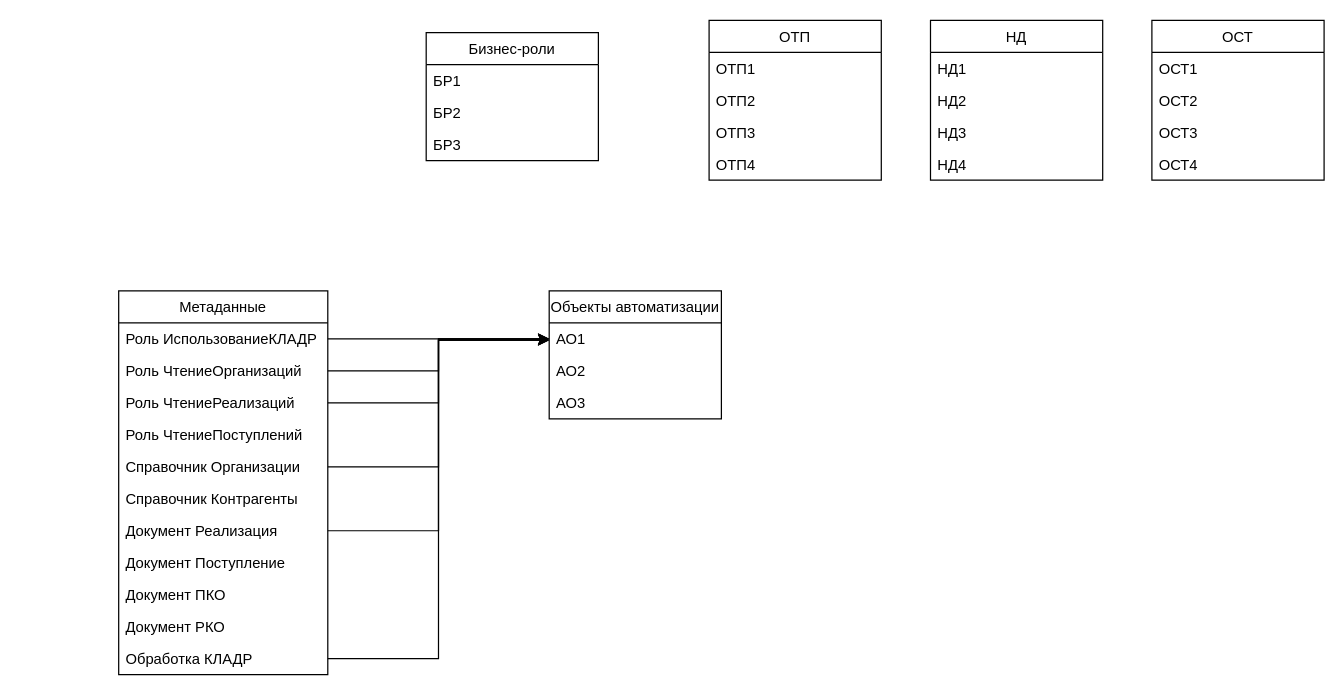
This is page "Page-2" (2 of 2) of Untitled Diagram.drawio from Divanmgn/test1, a draw.io file, before an edit. Source tidied: cells renumbered, new cells numbered last; positions are measured from the earlier drawing's top-left corner, leaving out a move shared by most shapes. Both pictures are drawn from the tidied source at 123%, with x=0, y=0 at pixel (118, 20).
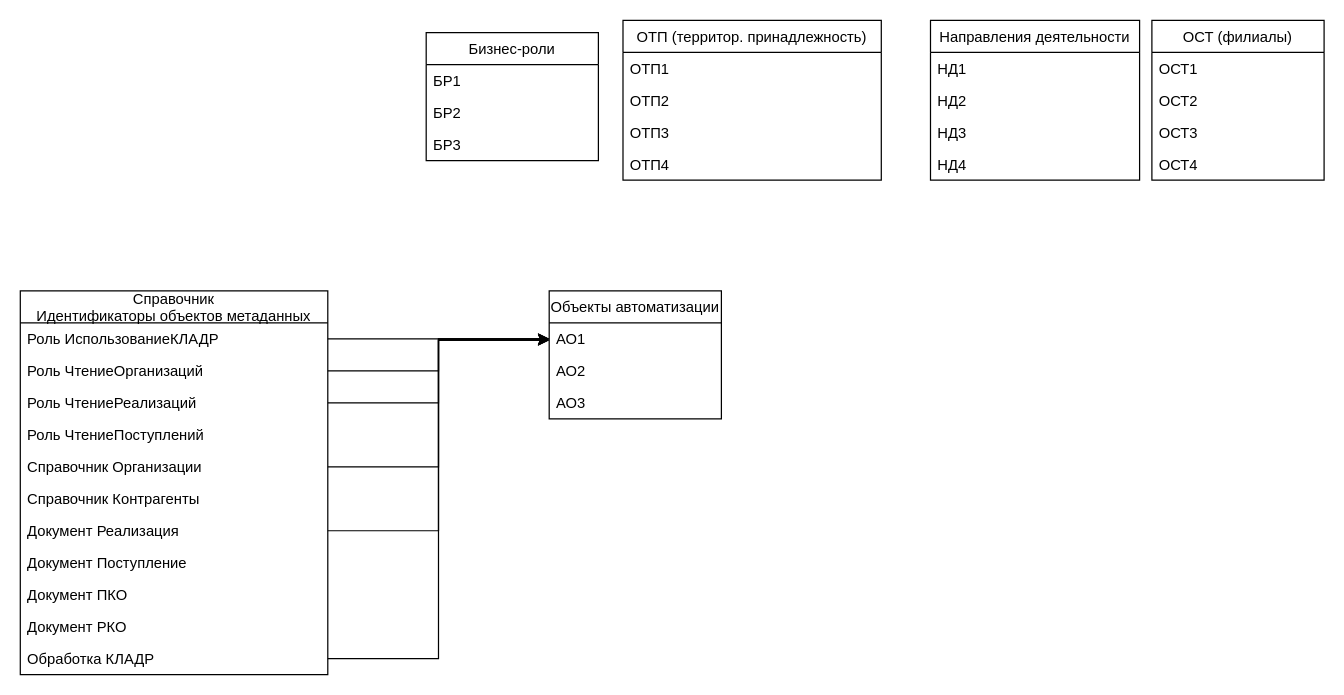
The same page after the edit.

Change to the diagram source:
```diff
@@
-    <mxCell id="10" value="ОТП" style="swimlane;fontStyle=0;horizontal=1;startSize=26;fillColor=none;" parent="1" vertex="1">
-      <mxGeometry x="480" width="140" height="130" as="geometry" />
+    <mxCell id="10" value="ОТП (территор. принадлежность)" style="swimlane;fontStyle=0;horizontal=1;startSize=26;fillColor=none;" parent="1" vertex="1">
+      <mxGeometry x="410" width="210" height="130" as="geometry" />
     </mxCell>
     <mxCell id="11" value="ОТП1" style="text;strokeColor=none;fillColor=none;align=left;verticalAlign=top;spacingLeft=4;spacingRight=4;overflow=hidden;" parent="10" vertex="1">
-      <mxGeometry y="26" width="140" height="26" as="geometry" />
+      <mxGeometry y="26" width="210" height="26" as="geometry" />
     </mxCell>
     <mxCell id="12" value="ОТП2" style="text;strokeColor=none;fillColor=none;align=left;verticalAlign=top;spacingLeft=4;spacingRight=4;overflow=hidden;" parent="10" vertex="1">
-      <mxGeometry y="52" width="140" height="26" as="geometry" />
+      <mxGeometry y="52" width="210" height="26" as="geometry" />
     </mxCell>
     <mxCell id="13" value="ОТП3" style="text;strokeColor=none;fillColor=none;align=left;verticalAlign=top;spacingLeft=4;spacingRight=4;overflow=hidden;" parent="10" vertex="1">
-      <mxGeometry y="78" width="140" height="26" as="geometry" />
+      <mxGeometry y="78" width="210" height="26" as="geometry" />
     </mxCell>
     <mxCell id="14" value="ОТП4" style="text;strokeColor=none;fillColor=none;align=left;verticalAlign=top;spacingLeft=4;spacingRight=4;overflow=hidden;" parent="10" vertex="1">
-      <mxGeometry y="104" width="140" height="26" as="geometry" />
+      <mxGeometry y="104" width="210" height="26" as="geometry" />
     </mxCell>
-    <mxCell id="15" value="НД" style="swimlane;fontStyle=0;horizontal=1;startSize=26;fillColor=none;" parent="1" vertex="1">
-      <mxGeometry x="660" width="140" height="130" as="geometry" />
+    <mxCell id="15" value="Направления деятельности" style="swimlane;fontStyle=0;horizontal=1;startSize=26;fillColor=none;" parent="1" vertex="1">
+      <mxGeometry x="660" width="170" height="130" as="geometry" />
     </mxCell>
     <mxCell id="16" value="НД1" style="text;strokeColor=none;fillColor=none;align=left;verticalAlign=top;spacingLeft=4;spacingRight=4;overflow=hidden;" parent="15" vertex="1">
-      <mxGeometry y="26" width="140" height="26" as="geometry" />
+      <mxGeometry y="26" width="170" height="26" as="geometry" />
     </mxCell>
     <mxCell id="17" value="НД2" style="text;strokeColor=none;fillColor=none;align=left;verticalAlign=top;spacingLeft=4;spacingRight=4;overflow=hidden;" parent="15" vertex="1">
-      <mxGeometry y="52" width="140" height="26" as="geometry" />
+      <mxGeometry y="52" width="170" height="26" as="geometry" />
     </mxCell>
     <mxCell id="18" value="НД3" style="text;strokeColor=none;fillColor=none;align=left;verticalAlign=top;spacingLeft=4;spacingRight=4;overflow=hidden;" parent="15" vertex="1">
-      <mxGeometry y="78" width="140" height="26" as="geometry" />
+      <mxGeometry y="78" width="170" height="26" as="geometry" />
     </mxCell>
     <mxCell id="19" value="НД4" style="text;strokeColor=none;fillColor=none;align=left;verticalAlign=top;spacingLeft=4;spacingRight=4;overflow=hidden;" parent="15" vertex="1">
-      <mxGeometry y="104" width="140" height="26" as="geometry" />
+      <mxGeometry y="104" width="170" height="26" as="geometry" />
     </mxCell>
-    <mxCell id="20" value="ОСТ" style="swimlane;fontStyle=0;horizontal=1;startSize=26;fillColor=none;" parent="1" vertex="1">
+    <mxCell id="20" value="ОСТ (филиалы)" style="swimlane;fontStyle=0;horizontal=1;startSize=26;fillColor=none;" parent="1" vertex="1">
       <mxGeometry x="840" width="140" height="130" as="geometry" />
     </mxCell>
@@
-    <mxCell id="25" value="Метаданные" style="swimlane;fontStyle=0;horizontal=1;startSize=26;fillColor=none;" parent="1" vertex="1">
-      <mxGeometry y="220" width="170" height="312" as="geometry" />
+    <mxCell id="25" value="Справочник &#10;Идентификаторы объектов метаданных" style="swimlane;fontStyle=0;horizontal=1;startSize=26;fillColor=none;" parent="1" vertex="1">
+      <mxGeometry x="-80" y="220" width="250" height="312" as="geometry" />
     </mxCell>
     <mxCell id="26" value="Роль ИспользованиеКЛАДР" style="text;strokeColor=none;fillColor=none;align=left;verticalAlign=top;spacingLeft=4;spacingRight=4;overflow=hidden;points=[[0,0.5],[1,0.5]];portConstraint=eastwest;" parent="25" vertex="1">
-      <mxGeometry y="26" width="170" height="26" as="geometry" />
+      <mxGeometry y="26" width="250" height="26" as="geometry" />
     </mxCell>
     <mxCell id="27" value="Роль ЧтениеОрганизаций" style="text;strokeColor=none;fillColor=none;align=left;verticalAlign=top;spacingLeft=4;spacingRight=4;overflow=hidden;points=[[0,0.5],[1,0.5]];portConstraint=eastwest;" parent="25" vertex="1">
-      <mxGeometry y="52" width="170" height="26" as="geometry" />
+      <mxGeometry y="52" width="250" height="26" as="geometry" />
     </mxCell>
     <mxCell id="28" value="Роль ЧтениеРеализаций" style="text;strokeColor=none;fillColor=none;align=left;verticalAlign=top;spacingLeft=4;spacingRight=4;overflow=hidden;points=[[0,0.5],[1,0.5]];portConstraint=eastwest;" parent="25" vertex="1">
-      <mxGeometry y="78" width="170" height="26" as="geometry" />
+      <mxGeometry y="78" width="250" height="26" as="geometry" />
     </mxCell>
     <mxCell id="29" value="Роль ЧтениеПоступлений" style="text;strokeColor=none;fillColor=none;align=left;verticalAlign=top;spacingLeft=4;spacingRight=4;overflow=hidden;" parent="25" vertex="1">
-      <mxGeometry y="104" width="170" height="26" as="geometry" />
+      <mxGeometry y="104" width="250" height="26" as="geometry" />
     </mxCell>
     <mxCell id="30" value="Справочник Организации" style="text;strokeColor=none;fillColor=none;align=left;verticalAlign=top;spacingLeft=4;spacingRight=4;overflow=hidden;points=[[0,0.5],[1,0.5]];portConstraint=eastwest;" parent="25" vertex="1">
-      <mxGeometry y="130" width="170" height="26" as="geometry" />
+      <mxGeometry y="130" width="250" height="26" as="geometry" />
     </mxCell>
     <mxCell id="31" value="Справочник Контрагенты" style="text;strokeColor=none;fillColor=none;align=left;verticalAlign=top;spacingLeft=4;spacingRight=4;overflow=hidden;" parent="25" vertex="1">
-      <mxGeometry y="156" width="170" height="26" as="geometry" />
+      <mxGeometry y="156" width="250" height="26" as="geometry" />
     </mxCell>
     <mxCell id="32" value="Документ Реализация" style="text;strokeColor=none;fillColor=none;align=left;verticalAlign=top;spacingLeft=4;spacingRight=4;overflow=hidden;points=[[0,0.5],[1,0.5]];portConstraint=eastwest;" parent="25" vertex="1">
-      <mxGeometry y="182" width="170" height="26" as="geometry" />
+      <mxGeometry y="182" width="250" height="26" as="geometry" />
     </mxCell>
     <mxCell id="33" value="Документ Поступление" style="text;strokeColor=none;fillColor=none;align=left;verticalAlign=top;spacingLeft=4;spacingRight=4;overflow=hidden;" parent="25" vertex="1">
-      <mxGeometry y="208" width="170" height="26" as="geometry" />
+      <mxGeometry y="208" width="250" height="26" as="geometry" />
     </mxCell>
     <mxCell id="34" value="Документ ПКО" style="text;strokeColor=none;fillColor=none;align=left;verticalAlign=top;spacingLeft=4;spacingRight=4;overflow=hidden;" parent="25" vertex="1">
-      <mxGeometry y="234" width="170" height="26" as="geometry" />
+      <mxGeometry y="234" width="250" height="26" as="geometry" />
     </mxCell>
     <mxCell id="35" value="Документ РКО" style="text;strokeColor=none;fillColor=none;align=left;verticalAlign=top;spacingLeft=4;spacingRight=4;overflow=hidden;" parent="25" vertex="1">
-      <mxGeometry y="260" width="170" height="26" as="geometry" />
+      <mxGeometry y="260" width="250" height="26" as="geometry" />
     </mxCell>
     <mxCell id="36" value="Обработка КЛАДР" style="text;strokeColor=none;fillColor=none;align=left;verticalAlign=top;spacingLeft=4;spacingRight=4;overflow=hidden;points=[[0,0.5],[1,0.5]];portConstraint=eastwest;" parent="25" vertex="1">
-      <mxGeometry y="286" width="170" height="26" as="geometry" />
+      <mxGeometry y="286" width="250" height="26" as="geometry" />
     </mxCell>
```
